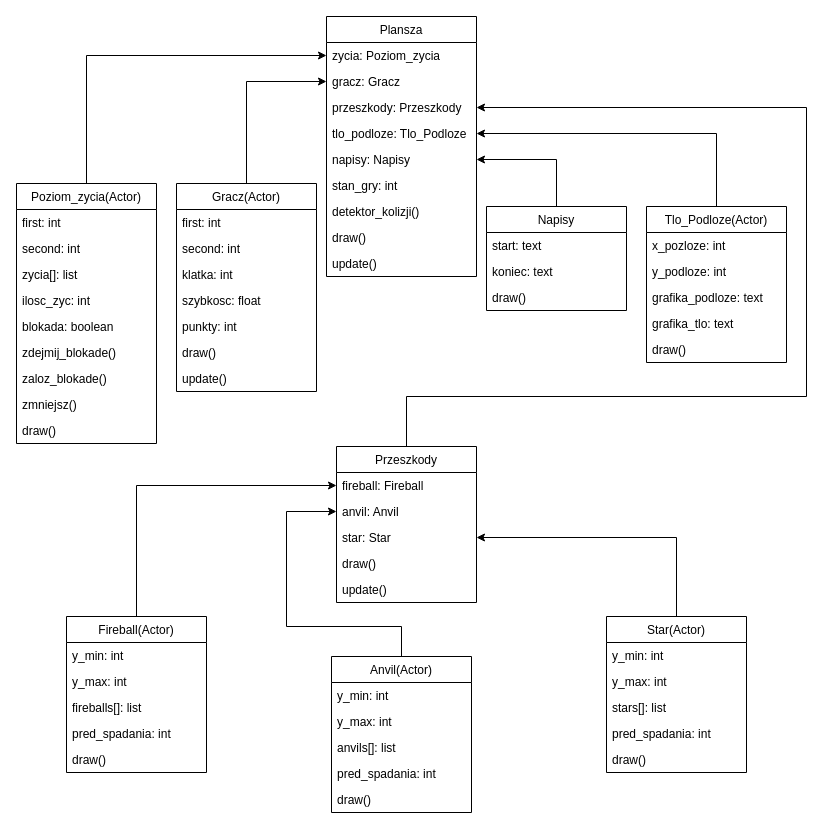
krzysztofjedraszak/falling_game_obiektowo keeps this draw.io diagram as UML.drawio. Above is the earlier version. Source tidied: cells renumbered, new cells numbered last; positions are measured from the earlier drawing's top-left corner, leaving out a move shared by most shapes. Both pictures are drawn from the tidied source at 100%, with x=0, y=0 at pixel (16, 16).
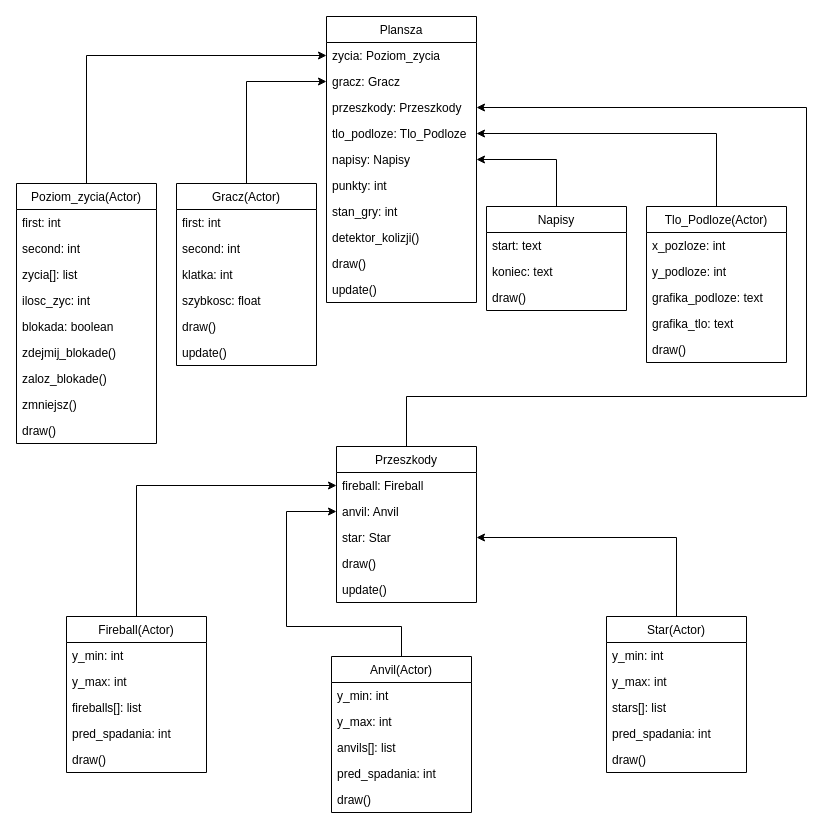
The same diagram, later.

Commit message (it also covers changes not shown here):
implementacja klasy Napisy() i przeniesienie pola punkty z Gracz() do Plansza(), rowniez na diagramie UML

Change to the diagram source:
```diff
@@
     <mxCell id="3" value="Gracz(Actor)" style="swimlane;fontStyle=0;horizontal=1;startSize=26;fillColor=none;" parent="1" vertex="1">
-      <mxGeometry x="160" y="167" width="140" height="208" as="geometry" />
+      <mxGeometry x="160" y="167" width="140" height="182" as="geometry" />
     </mxCell>
@@
-    <mxCell id="8" value="punkty: int" style="text;strokeColor=none;fillColor=none;align=left;verticalAlign=top;spacingLeft=4;spacingRight=4;overflow=hidden;" parent="3" vertex="1">
-      <mxGeometry y="130" width="140" height="26" as="geometry" />
-    </mxCell>
     <mxCell id="9" value="draw()" style="text;strokeColor=none;fillColor=none;align=left;verticalAlign=top;spacingLeft=4;spacingRight=4;overflow=hidden;" parent="3" vertex="1">
-      <mxGeometry y="156" width="140" height="26" as="geometry" />
+      <mxGeometry y="130" width="140" height="26" as="geometry" />
     </mxCell>
     <mxCell id="10" value="update()" style="text;strokeColor=none;fillColor=none;align=left;verticalAlign=top;spacingLeft=4;spacingRight=4;overflow=hidden;" parent="3" vertex="1">
-      <mxGeometry y="182" width="140" height="26" as="geometry" />
+      <mxGeometry y="156" width="140" height="26" as="geometry" />
     </mxCell>
@@
     <mxCell id="22" value="Plansza" style="swimlane;fontStyle=0;horizontal=1;startSize=26;fillColor=none;" parent="1" vertex="1">
-      <mxGeometry x="310" width="150" height="260" as="geometry" />
+      <mxGeometry x="310" width="150" height="286" as="geometry" />
     </mxCell>
@@
+    <mxCell id="8" value="punkty: int" style="text;strokeColor=none;fillColor=none;align=left;verticalAlign=top;spacingLeft=4;spacingRight=4;overflow=hidden;" parent="22" vertex="1">
+      <mxGeometry y="156" width="150" height="26" as="geometry" />
+    </mxCell>
     <mxCell id="28" value="stan_gry: int" style="text;strokeColor=none;fillColor=none;align=left;verticalAlign=top;spacingLeft=4;spacingRight=4;overflow=hidden;" parent="22" vertex="1">
-      <mxGeometry y="156" width="150" height="26" as="geometry" />
+      <mxGeometry y="182" width="150" height="26" as="geometry" />
     </mxCell>
     <mxCell id="29" value="detektor_kolizji()" style="text;strokeColor=none;fillColor=none;align=left;verticalAlign=top;spacingLeft=4;spacingRight=4;overflow=hidden;" parent="22" vertex="1">
-      <mxGeometry y="182" width="150" height="26" as="geometry" />
+      <mxGeometry y="208" width="150" height="26" as="geometry" />
     </mxCell>
     <mxCell id="30" value="draw()&#10;" style="text;strokeColor=none;fillColor=none;align=left;verticalAlign=top;spacingLeft=4;spacingRight=4;overflow=hidden;" parent="22" vertex="1">
-      <mxGeometry y="208" width="150" height="26" as="geometry" />
+      <mxGeometry y="234" width="150" height="26" as="geometry" />
     </mxCell>
     <mxCell id="31" value="update()" style="text;strokeColor=none;fillColor=none;align=left;verticalAlign=top;spacingLeft=4;spacingRight=4;overflow=hidden;" parent="22" vertex="1">
-      <mxGeometry y="234" width="150" height="26" as="geometry" />
+      <mxGeometry y="260" width="150" height="26" as="geometry" />
     </mxCell>
```
